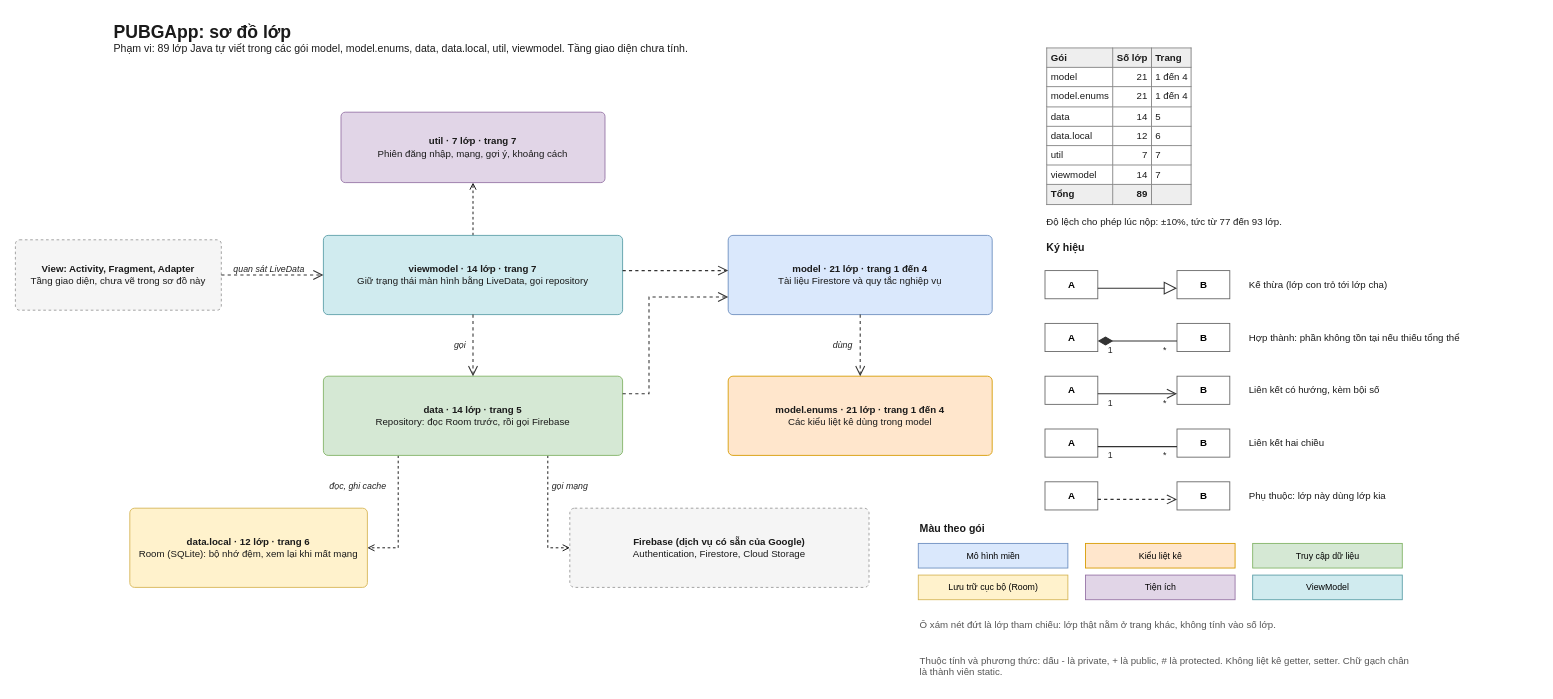
Earlier version of the draw.io diagram page "0. Tổng quan" (1 of 8) of workflow/docs/diagrams/so-do-lop/class-diagram.drawio (tahpnart8/NHOM3-MobileApp). Source tidied: cells renumbered, new cells numbered last; positions are measured from the earlier drawing's top-left corner, leaving out a move shared by most shapes. Both pictures are drawn from the tidied source at 88%, with x=0, y=0 at pixel (15, 15).
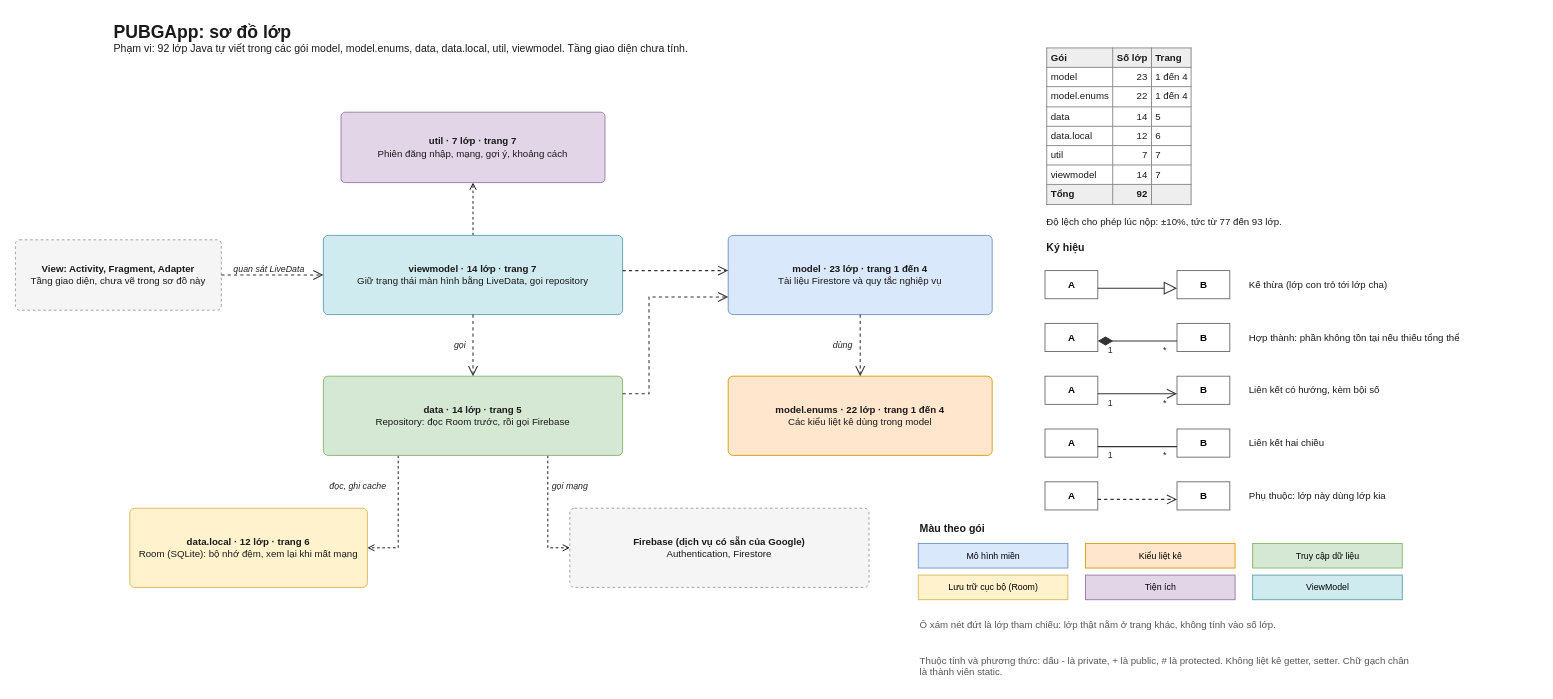
The same diagram, later.

Diff of the diagram source:
```diff
@@
-    <mxCell id="9" value="&lt;b&gt;Firebase (dịch vụ có sẵn của Google)&lt;/b&gt;&lt;br&gt;Authentication, Firestore, Cloud Storage" style="rounded=1;arcSize=6;whiteSpace=wrap;html=1;fillColor=#F5F5F5;strokeColor=#999999;fontSize=11;fontFamily=Helvetica;fontColor=#1A1A1A;verticalAlign=middle;align=center;dashed=1;" parent="1" vertex="1">
+    <mxCell id="9" value="&lt;b&gt;Firebase (dịch vụ có sẵn của Google)&lt;/b&gt;&lt;br&gt;Authentication, Firestore" style="rounded=1;arcSize=6;whiteSpace=wrap;html=1;fillColor=#F5F5F5;strokeColor=#999999;fontSize=11;fontFamily=Helvetica;fontColor=#1A1A1A;verticalAlign=middle;align=center;dashed=1;" parent="1" vertex="1">
       <mxGeometry x="630" y="560" width="340" height="90" as="geometry" />
     </mxCell>
-    <mxCell id="10" value="&lt;b&gt;model  ·  21 lớp  ·  trang 1 đến 4&lt;/b&gt;&lt;br&gt;Tài liệu Firestore và quy tắc nghiệp vụ" style="rounded=1;arcSize=6;whiteSpace=wrap;html=1;fillColor=#DAE8FC;strokeColor=#6C8EBF;fontSize=11;fontFamily=Helvetica;fontColor=#1A1A1A;verticalAlign=middle;align=center;" parent="1" vertex="1">
+    <mxCell id="10" value="&lt;b&gt;model  ·  23 lớp  ·  trang 1 đến 4&lt;/b&gt;&lt;br&gt;Tài liệu Firestore và quy tắc nghiệp vụ" style="rounded=1;arcSize=6;whiteSpace=wrap;html=1;fillColor=#DAE8FC;strokeColor=#6C8EBF;fontSize=11;fontFamily=Helvetica;fontColor=#1A1A1A;verticalAlign=middle;align=center;" parent="1" vertex="1">
       <mxGeometry x="810" y="250" width="300" height="90" as="geometry" />
     </mxCell>
-    <mxCell id="11" value="&lt;b&gt;model.enums  ·  21 lớp  ·  trang 1 đến 4&lt;/b&gt;&lt;br&gt;Các kiểu liệt kê dùng trong model" style="rounded=1;arcSize=6;whiteSpace=wrap;html=1;fillColor=#FFE6CC;strokeColor=#D79B00;fontSize=11;fontFamily=Helvetica;fontColor=#1A1A1A;verticalAlign=middle;align=center;" parent="1" vertex="1">
+    <mxCell id="11" value="&lt;b&gt;model.enums  ·  22 lớp  ·  trang 1 đến 4&lt;/b&gt;&lt;br&gt;Các kiểu liệt kê dùng trong model" style="rounded=1;arcSize=6;whiteSpace=wrap;html=1;fillColor=#FFE6CC;strokeColor=#D79B00;fontSize=11;fontFamily=Helvetica;fontColor=#1A1A1A;verticalAlign=middle;align=center;" parent="1" vertex="1">
       <mxGeometry x="810" y="410" width="300" height="90" as="geometry" />
     </mxCell>
@@
-    <mxCell id="23" value="&lt;b style=&quot;font-size:20px&quot;&gt;PUBGApp: sơ đồ lớp&lt;/b&gt;&lt;br&gt;Phạm vi: 89 lớp Java tự viết trong các gói model, model.enums, data, data.local, util, viewmodel. Tầng giao diện chưa tính." style="text;html=1;whiteSpace=wrap;align=left;verticalAlign=top;fontSize=12;fontFamily=Helvetica;fontColor=#1A1A1A;" parent="1" vertex="1">
+    <mxCell id="23" value="&lt;b style=&quot;font-size:20px&quot;&gt;PUBGApp: sơ đồ lớp&lt;/b&gt;&lt;br&gt;Phạm vi: 92 lớp Java tự viết trong các gói model, model.enums, data, data.local, util, viewmodel. Tầng giao diện chưa tính." style="text;html=1;whiteSpace=wrap;align=left;verticalAlign=top;fontSize=12;fontFamily=Helvetica;fontColor=#1A1A1A;" parent="1" vertex="1">
       <mxGeometry x="110" width="1000" height="60" as="geometry" />
     </mxCell>
-    <mxCell id="24" value="&lt;table border=&quot;1&quot; cellpadding=&quot;4&quot; style=&quot;border-collapse:collapse;font-size:11px;&quot;&gt;&lt;tr style=&quot;background:#EEEEEE&quot;&gt;&lt;th&gt;Gói&lt;/th&gt;&lt;th&gt;Số lớp&lt;/th&gt;&lt;th&gt;Trang&lt;/th&gt;&lt;/tr&gt;&lt;tr&gt;&lt;td&gt;model&lt;/td&gt;&lt;td align=&quot;right&quot;&gt;21&lt;/td&gt;&lt;td&gt;1 đến 4&lt;/td&gt;&lt;/tr&gt;&lt;tr&gt;&lt;td&gt;model.enums&lt;/td&gt;&lt;td align=&quot;right&quot;&gt;21&lt;/td&gt;&lt;td&gt;1 đến 4&lt;/td&gt;&lt;/tr&gt;&lt;tr&gt;&lt;td&gt;data&lt;/td&gt;&lt;td align=&quot;right&quot;&gt;14&lt;/td&gt;&lt;td&gt;5&lt;/td&gt;&lt;/tr&gt;&lt;tr&gt;&lt;td&gt;data.local&lt;/td&gt;&lt;td align=&quot;right&quot;&gt;12&lt;/td&gt;&lt;td&gt;6&lt;/td&gt;&lt;/tr&gt;&lt;tr&gt;&lt;td&gt;util&lt;/td&gt;&lt;td align=&quot;right&quot;&gt;7&lt;/td&gt;&lt;td&gt;7&lt;/td&gt;&lt;/tr&gt;&lt;tr&gt;&lt;td&gt;viewmodel&lt;/td&gt;&lt;td align=&quot;right&quot;&gt;14&lt;/td&gt;&lt;td&gt;7&lt;/td&gt;&lt;/tr&gt;&lt;tr style=&quot;background:#EEEEEE&quot;&gt;&lt;td&gt;&lt;b&gt;Tổng&lt;/b&gt;&lt;/td&gt;&lt;td align=&quot;right&quot;&gt;&lt;b&gt;89&lt;/b&gt;&lt;/td&gt;&lt;td&gt;&lt;/td&gt;&lt;/tr&gt;&lt;/table&gt;&lt;br&gt;Độ lệch cho phép lúc nộp: ±10%, tức từ 77 đến 93 lớp." style="text;html=1;whiteSpace=wrap;align=left;verticalAlign=top;fontSize=11;fontFamily=Helvetica;fontColor=#1A1A1A;" parent="1" vertex="1">
+    <mxCell id="24" value="&lt;table border=&quot;1&quot; cellpadding=&quot;4&quot; style=&quot;border-collapse:collapse;font-size:11px;&quot;&gt;&lt;tr style=&quot;background:#EEEEEE&quot;&gt;&lt;th&gt;Gói&lt;/th&gt;&lt;th&gt;Số lớp&lt;/th&gt;&lt;th&gt;Trang&lt;/th&gt;&lt;/tr&gt;&lt;tr&gt;&lt;td&gt;model&lt;/td&gt;&lt;td align=&quot;right&quot;&gt;23&lt;/td&gt;&lt;td&gt;1 đến 4&lt;/td&gt;&lt;/tr&gt;&lt;tr&gt;&lt;td&gt;model.enums&lt;/td&gt;&lt;td align=&quot;right&quot;&gt;22&lt;/td&gt;&lt;td&gt;1 đến 4&lt;/td&gt;&lt;/tr&gt;&lt;tr&gt;&lt;td&gt;data&lt;/td&gt;&lt;td align=&quot;right&quot;&gt;14&lt;/td&gt;&lt;td&gt;5&lt;/td&gt;&lt;/tr&gt;&lt;tr&gt;&lt;td&gt;data.local&lt;/td&gt;&lt;td align=&quot;right&quot;&gt;12&lt;/td&gt;&lt;td&gt;6&lt;/td&gt;&lt;/tr&gt;&lt;tr&gt;&lt;td&gt;util&lt;/td&gt;&lt;td align=&quot;right&quot;&gt;7&lt;/td&gt;&lt;td&gt;7&lt;/td&gt;&lt;/tr&gt;&lt;tr&gt;&lt;td&gt;viewmodel&lt;/td&gt;&lt;td align=&quot;right&quot;&gt;14&lt;/td&gt;&lt;td&gt;7&lt;/td&gt;&lt;/tr&gt;&lt;tr style=&quot;background:#EEEEEE&quot;&gt;&lt;td&gt;&lt;b&gt;Tổng&lt;/b&gt;&lt;/td&gt;&lt;td align=&quot;right&quot;&gt;&lt;b&gt;92&lt;/b&gt;&lt;/td&gt;&lt;td&gt;&lt;/td&gt;&lt;/tr&gt;&lt;/table&gt;&lt;br&gt;Độ lệch cho phép lúc nộp: ±10%, tức từ 77 đến 93 lớp." style="text;html=1;whiteSpace=wrap;align=left;verticalAlign=top;fontSize=11;fontFamily=Helvetica;fontColor=#1A1A1A;" parent="1" vertex="1">
       <mxGeometry x="1170" y="30" width="380" height="240" as="geometry" />
     </mxCell>
```
